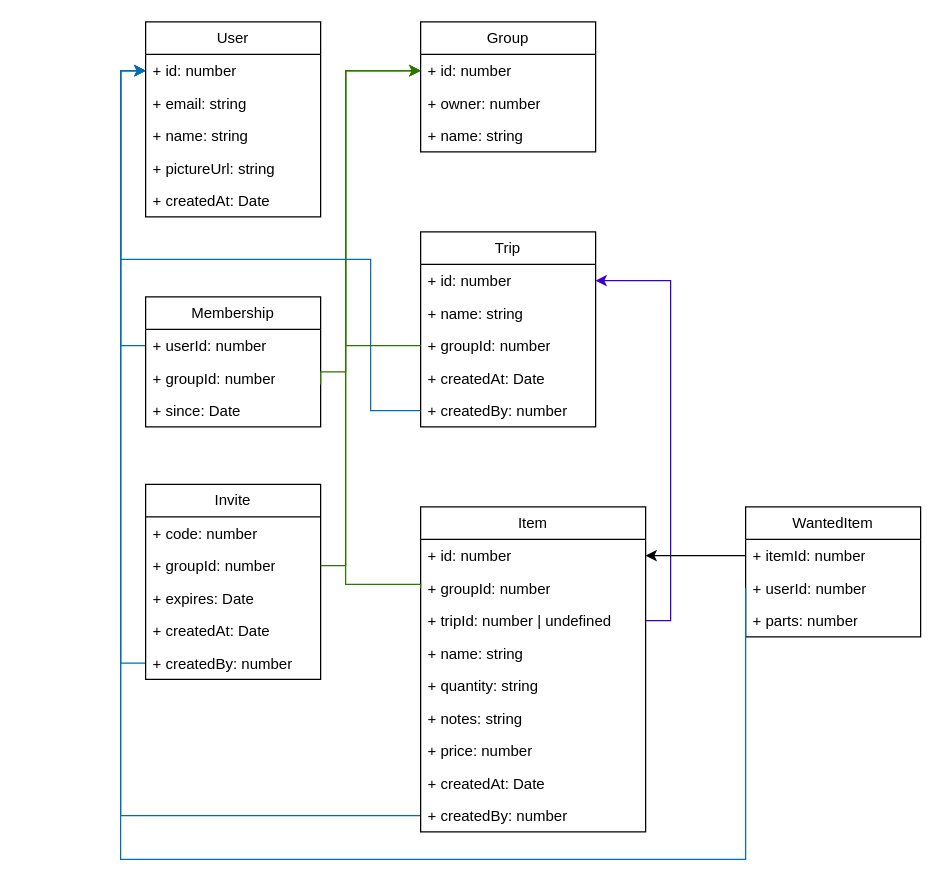
Above: packages/db/Database Class UML Diagram.drawio in SamanSP1386/Grocery_Split (draw.io), before the change. Source tidied: cells renumbered, new cells numbered last; positions are measured from the earlier drawing's top-left corner, leaving out a move shared by most shapes. Both pictures are drawn from the tidied source at 125%, with x=0, y=0 at pixel (120, 21).
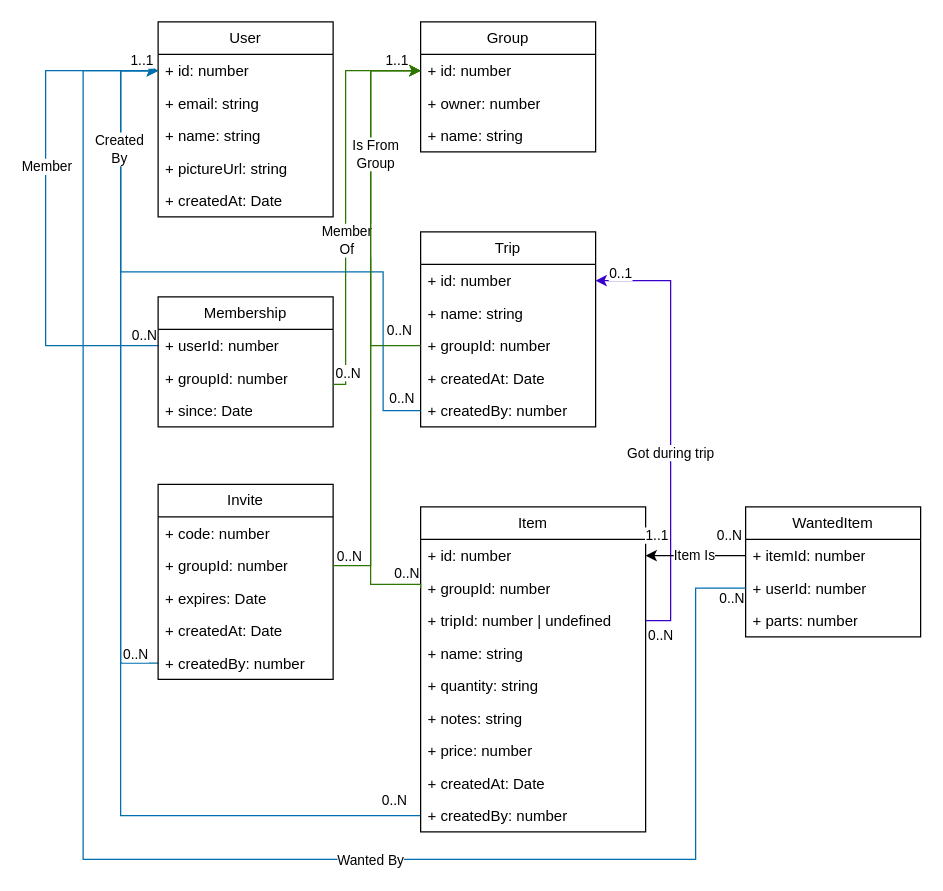
The same diagram, later.

Commit message:
fix: updated db class uml diagram

Unchanged cells that the change refers to:
```xml
<mxCell id="5" value="+ id: number" style="text;strokeColor=none;fillColor=none;align=left;verticalAlign=top;spacingLeft=4;spacingRight=4;overflow=hidden;points=[[0,0.5],[1,0.5]];portConstraint=eastwest;whiteSpace=wrap;html=1;" parent="4" vertex="1">
  <mxGeometry y="26" width="140" height="26" as="geometry" />
</mxCell>
<mxCell id="11" value="+ id: number" style="text;strokeColor=none;fillColor=none;align=left;verticalAlign=top;spacingLeft=4;spacingRight=4;overflow=hidden;points=[[0,0.5],[1,0.5]];portConstraint=eastwest;whiteSpace=wrap;html=1;" parent="10" vertex="1">
  <mxGeometry y="26" width="140" height="26" as="geometry" />
</mxCell>
<mxCell id="15" value="+ userId: number" style="text;strokeColor=none;fillColor=none;align=left;verticalAlign=top;spacingLeft=4;spacingRight=4;overflow=hidden;points=[[0,0.5],[1,0.5]];portConstraint=eastwest;whiteSpace=wrap;html=1;" parent="14" vertex="1">
  <mxGeometry y="26" width="140" height="26" as="geometry" />
</mxCell>
<mxCell id="21" value="+ groupId: number" style="text;strokeColor=none;fillColor=none;align=left;verticalAlign=top;spacingLeft=4;spacingRight=4;overflow=hidden;points=[[0,0.5],[1,0.5]];portConstraint=eastwest;whiteSpace=wrap;html=1;" parent="19" vertex="1">
  <mxGeometry y="52" width="140" height="26" as="geometry" />
</mxCell>
<mxCell id="24" value="+ createdBy: number" style="text;strokeColor=none;fillColor=none;align=left;verticalAlign=top;spacingLeft=4;spacingRight=4;overflow=hidden;points=[[0,0.5],[1,0.5]];portConstraint=eastwest;whiteSpace=wrap;html=1;" parent="19" vertex="1">
  <mxGeometry y="130" width="140" height="26" as="geometry" />
</mxCell>
<mxCell id="30" value="+ groupId: number" style="text;strokeColor=none;fillColor=none;align=left;verticalAlign=top;spacingLeft=4;spacingRight=4;overflow=hidden;points=[[0,0.5],[1,0.5]];portConstraint=eastwest;whiteSpace=wrap;html=1;" parent="27" vertex="1">
  <mxGeometry y="78" width="140" height="26" as="geometry" />
</mxCell>
<mxCell id="32" value="+ createdBy: number" style="text;strokeColor=none;fillColor=none;align=left;verticalAlign=top;spacingLeft=4;spacingRight=4;overflow=hidden;points=[[0,0.5],[1,0.5]];portConstraint=eastwest;whiteSpace=wrap;html=1;" parent="27" vertex="1">
  <mxGeometry y="130" width="140" height="26" as="geometry" />
</mxCell>
<mxCell id="35" value="Item" style="swimlane;fontStyle=0;horizontal=1;startSize=26;fillColor=none;whiteSpace=wrap;html=1;" parent="1" vertex="1">
  <mxGeometry x="240" y="388" width="180" height="260" as="geometry" />
</mxCell>
<mxCell id="44" value="+ createdBy: number" style="text;strokeColor=none;fillColor=none;align=left;verticalAlign=top;spacingLeft=4;spacingRight=4;overflow=hidden;points=[[0,0.5],[1,0.5]];portConstraint=eastwest;whiteSpace=wrap;html=1;" parent="35" vertex="1">
  <mxGeometry y="234" width="180" height="26" as="geometry" />
</mxCell>
<mxCell id="46" style="edgeStyle=orthogonalEdgeStyle;rounded=0;jettySize=auto;html=1;exitX=1;exitY=0.5;exitDx=0;exitDy=0;entryX=1;entryY=0.5;entryDx=0;entryDy=0;fillColor=#6a00ff;strokeColor=#3700CC;" parent="1" edge="1" source="38" target="28">
  <mxGeometry relative="1" as="geometry" />
</mxCell>
<mxCell id="47" style="edgeStyle=orthogonalEdgeStyle;rounded=0;jettySize=auto;html=1;exitX=0;exitY=0.5;exitDx=0;exitDy=0;entryX=1;entryY=0.5;entryDx=0;entryDy=0;" parent="1" edge="1" source="49" target="36">
  <mxGeometry relative="1" as="geometry">
    <Array as="points">
      <mxPoint x="470" y="427" />
      <mxPoint x="470" y="427" />
    </Array>
  </mxGeometry>
</mxCell>
<mxCell id="50" value="+ userId: number" style="text;strokeColor=none;fillColor=none;align=left;verticalAlign=top;spacingLeft=4;spacingRight=4;overflow=hidden;points=[[0,0.5],[1,0.5]];portConstraint=eastwest;whiteSpace=wrap;html=1;" parent="48" vertex="1">
  <mxGeometry y="52" width="140" height="26" as="geometry" />
</mxCell>
```

Change to the diagram source:
```diff
@@
     <mxCell id="2" style="edgeStyle=orthogonalEdgeStyle;rounded=0;jettySize=auto;html=1;exitX=0;exitY=0.25;exitDx=0;exitDy=0;entryX=0;entryY=0.5;entryDx=0;entryDy=0;startArrow=classic;startFill=1;endArrow=none;endFill=0;fillColor=#1ba1e2;strokeColor=#006EAF;" parent="1" edge="1" source="4" target="15">
-      <mxGeometry relative="1" as="geometry" />
+      <mxGeometry relative="1" as="geometry">
+        <Array as="points">
+          <mxPoint x="-60" y="39" />
+          <mxPoint x="-60" y="259" />
+        </Array>
+      </mxGeometry>
     </mxCell>
+    <mxCell id="53" value="Member" style="edgeLabel;html=1;align=center;verticalAlign=middle;" parent="2" vertex="1">
+      <mxGeometry x="-0.2" y="4" relative="1" as="geometry">
+        <mxPoint x="-4" y="6" as="offset" />
+      </mxGeometry>
+    </mxCell>
+    <mxCell id="54" value="0..N" style="edgeLabel;html=1;align=center;verticalAlign=middle;" parent="2" vertex="1">
+      <mxGeometry x="0.94" y="5" relative="1" as="geometry">
+        <mxPoint y="-4" as="offset" />
+      </mxGeometry>
+    </mxCell>
     <mxCell id="3" style="edgeStyle=orthogonalEdgeStyle;rounded=0;jettySize=auto;html=1;exitX=0;exitY=0.25;exitDx=0;exitDy=0;entryX=0;entryY=0.5;entryDx=0;entryDy=0;startArrow=classic;startFill=1;endArrow=none;endFill=0;fillColor=#1ba1e2;strokeColor=#006EAF;" parent="1" edge="1" source="4" target="44">
-      <mxGeometry relative="1" as="geometry" />
+      <mxGeometry relative="1" as="geometry">
+        <Array as="points">
+          <mxPoint y="39" />
+          <mxPoint y="635" />
+        </Array>
+      </mxGeometry>
     </mxCell>
+    <mxCell id="55" value="0..N" style="edgeLabel;html=1;align=center;verticalAlign=middle;" parent="3" vertex="1">
+      <mxGeometry x="0.97" relative="1" as="geometry">
+        <mxPoint x="-9" y="-13" as="offset" />
+      </mxGeometry>
+    </mxCell>
     <mxCell id="4" value="User" style="swimlane;fontStyle=0;horizontal=1;startSize=26;fillColor=none;whiteSpace=wrap;html=1;" parent="1" vertex="1">
-      <mxGeometry x="20" width="140" height="156" as="geometry" />
+      <mxGeometry x="30" width="140" height="156" as="geometry" />
     </mxCell>
@@
     <mxCell id="14" value="Membership" style="swimlane;fontStyle=0;horizontal=1;startSize=26;fillColor=none;whiteSpace=wrap;html=1;" parent="1" vertex="1">
-      <mxGeometry x="20" y="220" width="140" height="104" as="geometry" />
+      <mxGeometry x="30" y="220" width="140" height="104" as="geometry" />
     </mxCell>
@@
     <mxCell id="18" style="edgeStyle=orthogonalEdgeStyle;rounded=0;jettySize=auto;html=1;exitX=0;exitY=0.5;exitDx=0;exitDy=0;entryX=0;entryY=0.25;entryDx=0;entryDy=0;fillColor=#1ba1e2;strokeColor=#006EAF;" parent="1" edge="1" source="24" target="4">
-      <mxGeometry relative="1" as="geometry" />
+      <mxGeometry relative="1" as="geometry">
+        <Array as="points">
+          <mxPoint y="513" />
+          <mxPoint y="39" />
+        </Array>
+      </mxGeometry>
     </mxCell>
+    <mxCell id="56" value="0..N" style="edgeLabel;html=1;align=center;verticalAlign=middle;" parent="18" vertex="1">
+      <mxGeometry x="-0.96" y="-1" relative="1" as="geometry">
+        <mxPoint x="-8" y="-7" as="offset" />
+      </mxGeometry>
+    </mxCell>
     <mxCell id="19" value="Invite" style="swimlane;fontStyle=0;horizontal=1;startSize=26;fillColor=none;whiteSpace=wrap;html=1;" parent="1" vertex="1">
-      <mxGeometry x="20" y="370" width="140" height="156" as="geometry" />
+      <mxGeometry x="30" y="370" width="140" height="156" as="geometry" />
     </mxCell>
@@
     <mxCell id="25" style="edgeStyle=orthogonalEdgeStyle;rounded=0;jettySize=auto;html=1;exitX=1;exitY=0.5;exitDx=0;exitDy=0;entryX=0;entryY=0.5;entryDx=0;entryDy=0;fillColor=#60a917;strokeColor=#2D7600;" parent="1" edge="1" source="21" target="11">
       <mxGeometry relative="1" as="geometry">
         <Array as="points">
-          <mxPoint x="180" y="435" />
-          <mxPoint x="180" y="39" />
+          <mxPoint x="200" y="435" />
+          <mxPoint x="200" y="39" />
         </Array>
       </mxGeometry>
     </mxCell>
+    <mxCell id="57" value="0..N" style="edgeLabel;html=1;align=center;verticalAlign=middle;" parent="25" vertex="1">
+      <mxGeometry x="-0.95" y="-1" relative="1" as="geometry">
+        <mxPoint y="-9" as="offset" />
+      </mxGeometry>
+    </mxCell>
     <mxCell id="26" style="edgeStyle=orthogonalEdgeStyle;rounded=0;jettySize=auto;html=1;entryX=0;entryY=0.5;entryDx=0;entryDy=0;fillColor=#60a917;strokeColor=#2D7600;" parent="1" edge="1" target="11">
       <mxGeometry relative="1" as="geometry">
-        <mxPoint x="160" y="290" as="sourcePoint" />
+        <mxPoint x="170" y="290" as="sourcePoint" />
         <Array as="points">
-          <mxPoint x="180" y="280" />
+          <mxPoint x="180" y="290" />
           <mxPoint x="180" y="39" />
         </Array>
       </mxGeometry>
     </mxCell>
+    <mxCell id="58" value="&lt;div&gt;Member&lt;/div&gt;&lt;div&gt;Of&lt;/div&gt;" style="edgeLabel;html=1;align=center;verticalAlign=middle;" parent="26" vertex="1">
+      <mxGeometry x="-0.03" y="5" relative="1" as="geometry">
+        <mxPoint x="5" y="30" as="offset" />
+      </mxGeometry>
+    </mxCell>
+    <mxCell id="59" value="0..N" style="edgeLabel;html=1;align=center;verticalAlign=middle;" parent="26" vertex="1">
+      <mxGeometry x="-0.77" y="-1" relative="1" as="geometry">
+        <mxPoint y="17" as="offset" />
+      </mxGeometry>
+    </mxCell>
@@
     <mxCell id="33" style="edgeStyle=orthogonalEdgeStyle;rounded=0;jettySize=auto;html=1;exitX=0;exitY=0.5;exitDx=0;exitDy=0;entryX=0;entryY=0.5;entryDx=0;entryDy=0;startArrow=classic;startFill=1;endArrow=none;endFill=0;fillColor=#1ba1e2;strokeColor=#006EAF;" parent="1" edge="1" source="5" target="32">
       <mxGeometry relative="1" as="geometry">
         <Array as="points">
           <mxPoint y="39" />
-          <mxPoint y="190" />
-          <mxPoint x="200" y="190" />
-          <mxPoint x="200" y="311" />
+          <mxPoint y="200" />
+          <mxPoint x="210" y="200" />
+          <mxPoint x="210" y="311" />
         </Array>
       </mxGeometry>
     </mxCell>
+    <mxCell id="60" value="&lt;div&gt;Created&lt;/div&gt;&lt;div&gt;By&lt;/div&gt;" style="edgeLabel;html=1;align=center;verticalAlign=middle;" parent="33" vertex="1">
+      <mxGeometry x="-0.66" y="-2" relative="1" as="geometry" />
+    </mxCell>
+    <mxCell id="61" value="0..N" style="edgeLabel;html=1;align=center;verticalAlign=middle;" parent="33" vertex="1">
+      <mxGeometry x="0.94" relative="1" as="geometry">
+        <mxPoint y="-11" as="offset" />
+      </mxGeometry>
+    </mxCell>
     <mxCell id="34" style="edgeStyle=orthogonalEdgeStyle;rounded=0;jettySize=auto;html=1;exitX=0;exitY=0.5;exitDx=0;exitDy=0;entryX=0;entryY=0.5;entryDx=0;entryDy=0;fillColor=#60a917;strokeColor=#2D7600;" parent="1" edge="1" source="30" target="11">
       <mxGeometry relative="1" as="geometry">
         <Array as="points">
-          <mxPoint x="180" y="259" />
-          <mxPoint x="180" y="39" />
+          <mxPoint x="200" y="259" />
+          <mxPoint x="200" y="39" />
         </Array>
       </mxGeometry>
     </mxCell>
+    <mxCell id="62" value="0..N" style="edgeLabel;html=1;align=center;verticalAlign=middle;" parent="34" vertex="1">
+      <mxGeometry x="-0.88" y="-4" relative="1" as="geometry">
+        <mxPoint y="-9" as="offset" />
+      </mxGeometry>
+    </mxCell>
@@
     <mxCell id="45" style="edgeStyle=orthogonalEdgeStyle;rounded=0;jettySize=auto;html=1;exitX=0;exitY=0.25;exitDx=0;exitDy=0;entryX=0;entryY=0.5;entryDx=0;entryDy=0;fillColor=#60a917;strokeColor=#2D7600;" parent="1" edge="1" source="35" target="11">
       <mxGeometry relative="1" as="geometry">
         <Array as="points">
           <mxPoint x="240" y="450" />
-          <mxPoint x="180" y="450" />
-          <mxPoint x="180" y="39" />
+          <mxPoint x="200" y="450" />
+          <mxPoint x="200" y="39" />
         </Array>
       </mxGeometry>
     </mxCell>
+    <mxCell id="63" value="&lt;div&gt;Is From&lt;/div&gt;&lt;div&gt;Group&lt;/div&gt;" style="edgeLabel;html=1;align=center;verticalAlign=middle;" parent="45" vertex="1">
+      <mxGeometry x="0.57" y="-3" relative="1" as="geometry" />
+    </mxCell>
+    <mxCell id="64" value="1..1" style="edgeLabel;html=1;align=center;verticalAlign=middle;" parent="45" vertex="1">
+      <mxGeometry x="0.96" y="2" relative="1" as="geometry">
+        <mxPoint x="-10" y="-7" as="offset" />
+      </mxGeometry>
+    </mxCell>
+    <mxCell id="65" value="0..N" style="edgeLabel;html=1;align=center;verticalAlign=middle;" parent="45" vertex="1">
+      <mxGeometry x="-0.94" y="-2" relative="1" as="geometry">
+        <mxPoint y="-8" as="offset" />
+      </mxGeometry>
+    </mxCell>
@@
+    <mxCell id="66" value="Got during trip" style="edgeLabel;html=1;align=center;verticalAlign=middle;" parent="46" vertex="1">
+      <mxGeometry x="-0.12" y="1" relative="1" as="geometry" />
+    </mxCell>
+    <mxCell id="67" value="0..1" style="edgeLabel;html=1;align=center;verticalAlign=middle;" parent="46" vertex="1">
+      <mxGeometry x="0.93" y="-4" relative="1" as="geometry">
+        <mxPoint x="7" y="-3" as="offset" />
+      </mxGeometry>
+    </mxCell>
+    <mxCell id="68" value="0..N" style="edgeLabel;html=1;align=center;verticalAlign=middle;" parent="46" vertex="1">
+      <mxGeometry x="-0.95" y="1" relative="1" as="geometry">
+        <mxPoint x="2" y="12" as="offset" />
+      </mxGeometry>
+    </mxCell>
@@
+    <mxCell id="69" value="Item Is" style="edgeLabel;html=1;align=center;verticalAlign=middle;" parent="47" vertex="1">
+      <mxGeometry x="0.06" y="-1" relative="1" as="geometry" />
+    </mxCell>
+    <mxCell id="70" value="1..1" style="edgeLabel;html=1;align=center;verticalAlign=middle;" parent="47" vertex="1">
+      <mxGeometry x="0.79" relative="1" as="geometry">
+        <mxPoint y="-17" as="offset" />
+      </mxGeometry>
+    </mxCell>
+    <mxCell id="71" value="0..N" style="edgeLabel;html=1;align=center;verticalAlign=middle;" parent="47" vertex="1">
+      <mxGeometry x="-0.66" y="1" relative="1" as="geometry">
+        <mxPoint y="-18" as="offset" />
+      </mxGeometry>
+    </mxCell>
@@
     <mxCell id="52" style="edgeStyle=orthogonalEdgeStyle;rounded=0;jettySize=auto;html=1;exitX=0;exitY=0.5;exitDx=0;exitDy=0;entryX=0;entryY=0.25;entryDx=0;entryDy=0;fillColor=#1ba1e2;strokeColor=#006EAF;" parent="1" edge="1" source="50" target="4">
       <mxGeometry relative="1" as="geometry">
         <Array as="points">
-          <mxPoint x="500" y="670" />
-          <mxPoint y="670" />
-          <mxPoint y="39" />
+          <mxPoint x="460" y="453" />
+          <mxPoint x="460" y="670" />
+          <mxPoint x="-30" y="670" />
+          <mxPoint x="-30" y="39" />
         </Array>
       </mxGeometry>
     </mxCell>
+    <mxCell id="72" value="Wanted By" style="edgeLabel;html=1;align=center;verticalAlign=middle;" parent="52" vertex="1">
+      <mxGeometry x="-0.28" relative="1" as="geometry" />
+    </mxCell>
+    <mxCell id="73" value="1..1" style="edgeLabel;html=1;align=center;verticalAlign=middle;" parent="52" vertex="1">
+      <mxGeometry x="0.98" y="1" relative="1" as="geometry">
+        <mxPoint y="-8" as="offset" />
+      </mxGeometry>
+    </mxCell>
+    <mxCell id="74" value="0..N" style="edgeLabel;html=1;align=center;verticalAlign=middle;" parent="52" vertex="1">
+      <mxGeometry x="-0.97" y="1" relative="1" as="geometry">
+        <mxPoint x="10" y="6" as="offset" />
+      </mxGeometry>
+    </mxCell>
```
